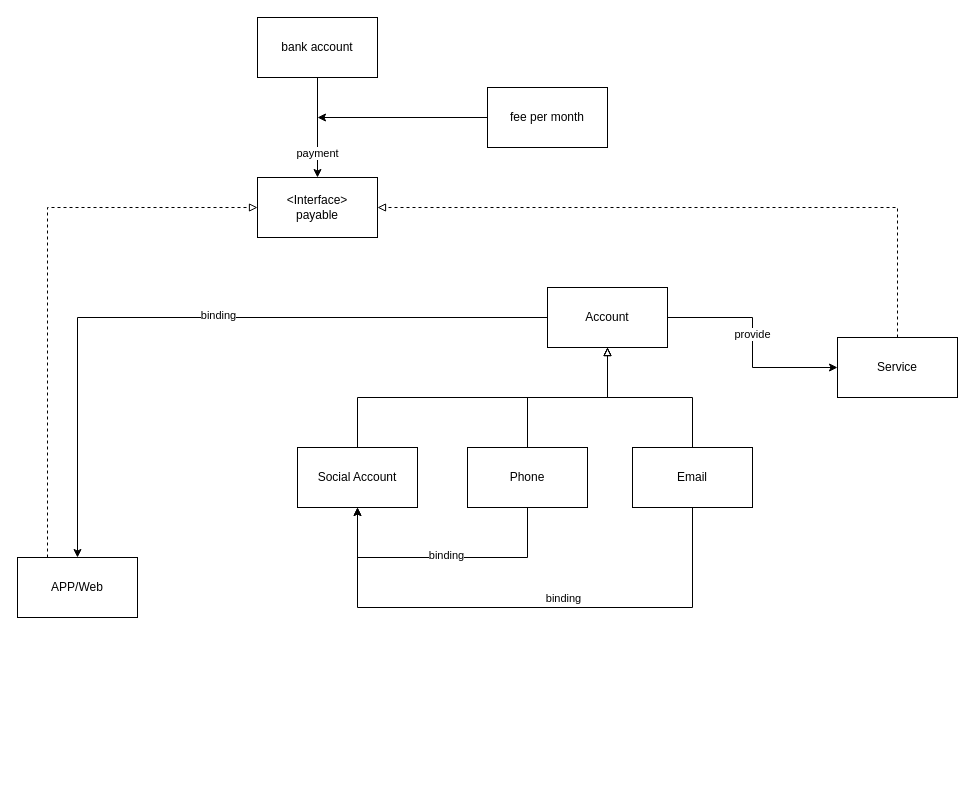
Above: page "Page-3" (3 of 3) of software.drawio in quboqin/drawio (draw.io), before the change. Source tidied: cells renumbered, new cells numbered last; positions are measured from the earlier drawing's top-left corner, leaving out a move shared by most shapes. Both pictures are drawn from the tidied source at 100%, with x=0, y=0 at pixel (17, 17).
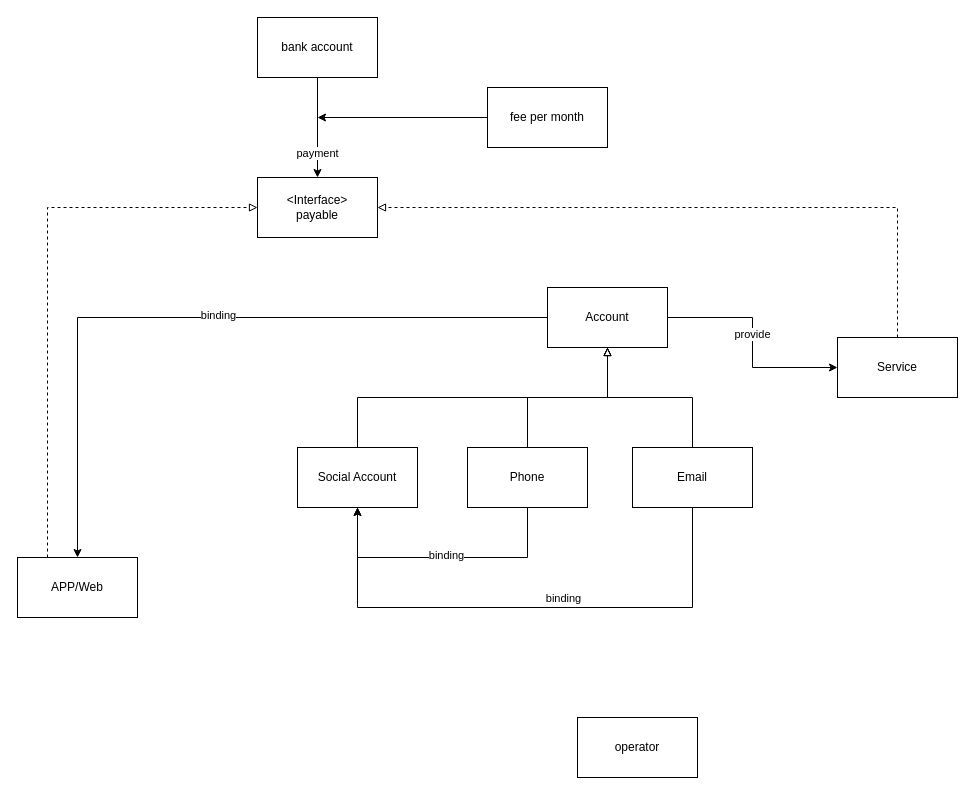
After the change.

The edit, as a diff of the source:
```diff
@@
+    <mxCell id="27" value="operator" style="rounded=0;whiteSpace=wrap;html=1;" parent="1" vertex="1">
+      <mxGeometry x="560" y="700" width="120" height="60" as="geometry" />
+    </mxCell>
```
